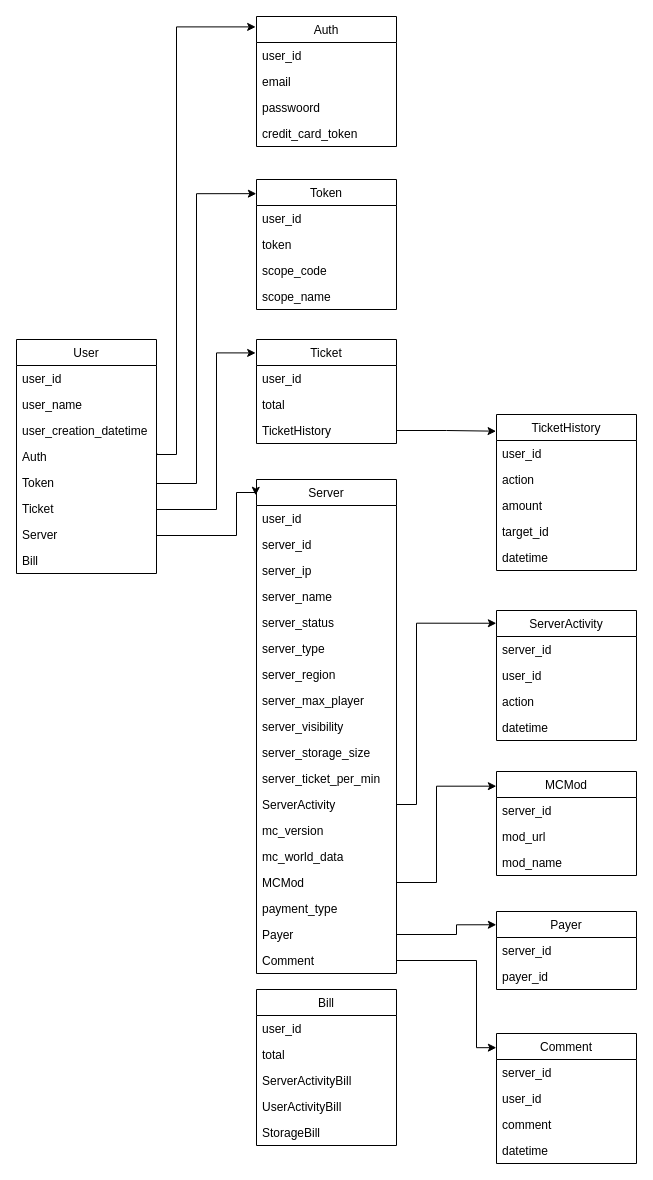
Before: micrappu.drawio in tforce7171/MicraPPU-Planning, a draw.io diagram. Source tidied: cells renumbered, new cells numbered last; positions are measured from the earlier drawing's top-left corner, leaving out a move shared by most shapes. Both pictures are drawn from the tidied source at 100%, with x=0, y=0 at pixel (16, 16).
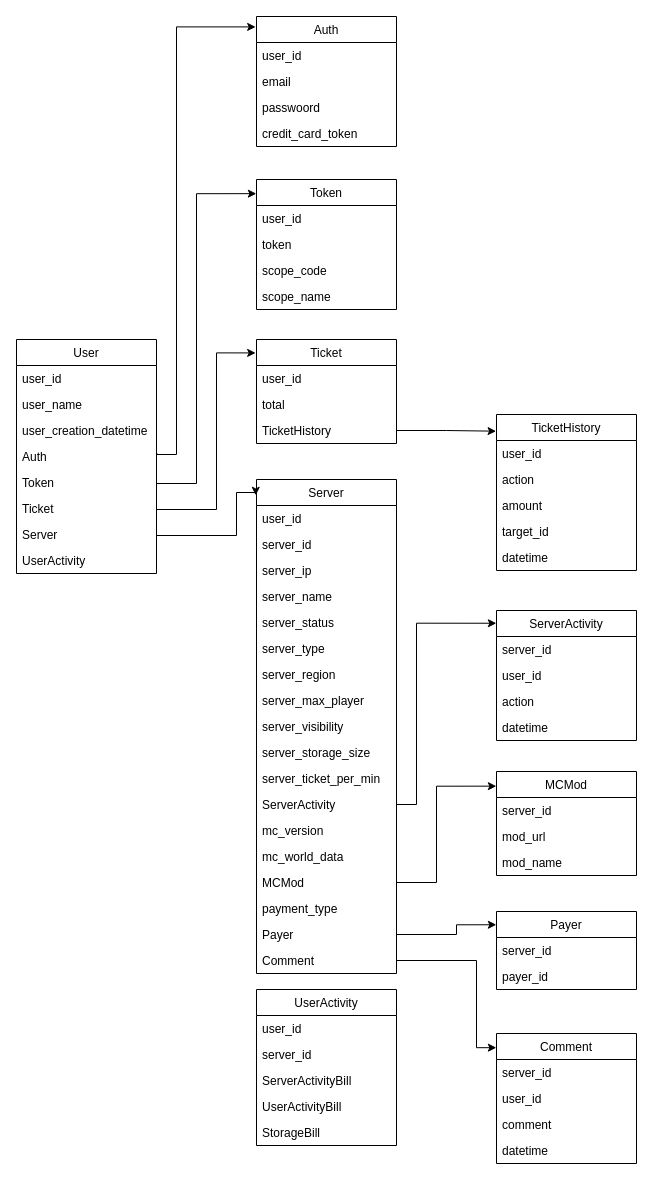
After the change.

The change refers to these unchanged cells:
```xml
<mxCell id="2" value="User" style="swimlane;fontStyle=0;horizontal=1;startSize=26;fillColor=#ffffff;gradientColor=none;" parent="1" vertex="1">
  <mxGeometry y="323" width="140" height="234" as="geometry" />
</mxCell>
```

The edit, as a diff of the source:
```diff
@@
-    <mxCell id="10" value="Bill" style="text;strokeColor=none;fillColor=none;align=left;verticalAlign=top;spacingLeft=4;spacingRight=4;overflow=hidden;" parent="2" vertex="1">
+    <mxCell id="10" value="UserActivity" style="text;strokeColor=none;fillColor=none;align=left;verticalAlign=top;spacingLeft=4;spacingRight=4;overflow=hidden;" parent="2" vertex="1">
       <mxGeometry y="208" width="140" height="26" as="geometry" />
     </mxCell>
@@
-    <mxCell id="67" value="Bill" style="swimlane;fontStyle=0;horizontal=1;startSize=26;fillColor=#ffffff;gradientColor=none;" parent="1" vertex="1">
+    <mxCell id="67" value="UserActivity" style="swimlane;fontStyle=0;horizontal=1;startSize=26;fillColor=#ffffff;gradientColor=none;" parent="1" vertex="1">
       <mxGeometry x="240" y="973" width="140" height="156" as="geometry" />
     </mxCell>
@@
-    <mxCell id="69" value="total" style="text;strokeColor=none;fillColor=none;align=left;verticalAlign=top;spacingLeft=4;spacingRight=4;overflow=hidden;" parent="67" vertex="1">
+    <mxCell id="69" value="server_id" style="text;strokeColor=none;fillColor=none;align=left;verticalAlign=top;spacingLeft=4;spacingRight=4;overflow=hidden;" parent="67" vertex="1">
       <mxGeometry y="52" width="140" height="26" as="geometry" />
     </mxCell>
```
